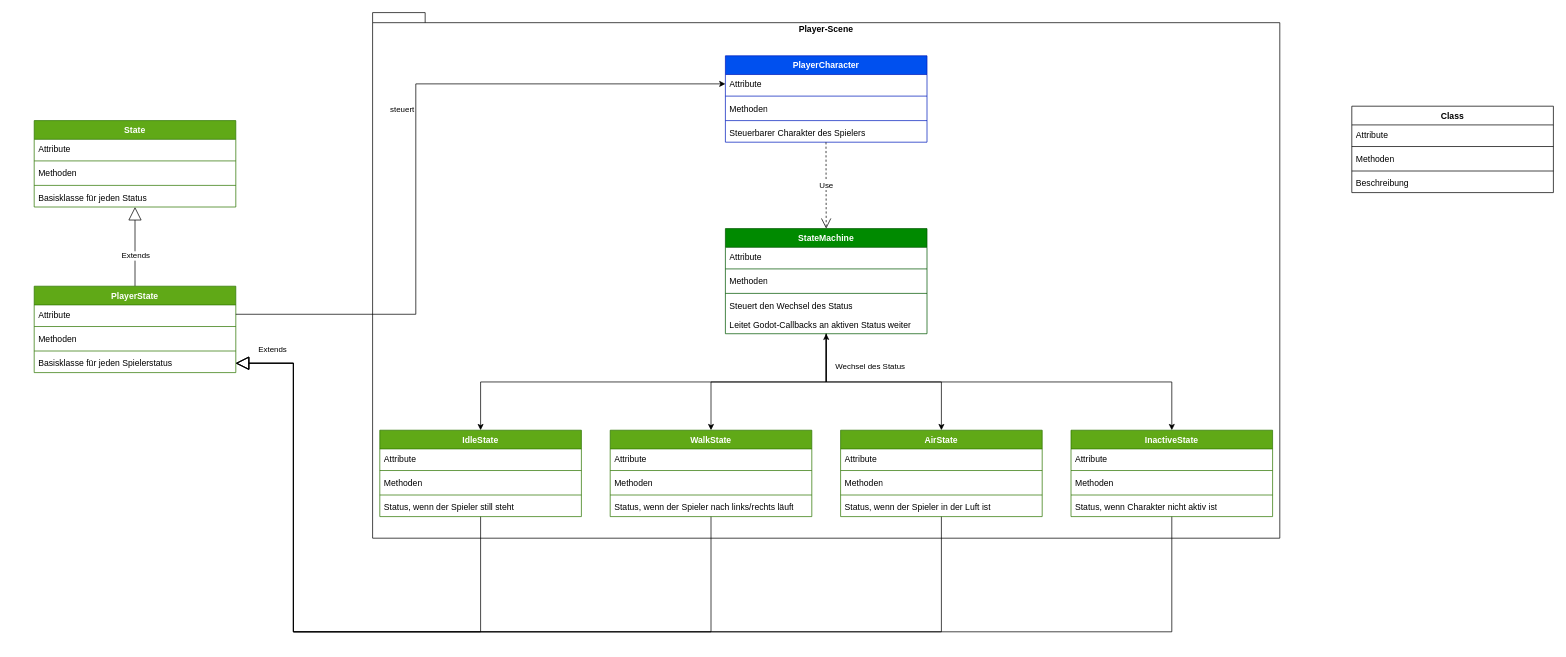
Earlier version of the draw.io diagram diagrams/Klassendiagramm.drawio (JavaRacing1/BA-INT-Coop-Game). Source tidied: cells renumbered, new cells numbered last; positions are measured from the earlier drawing's top-left corner, leaving out a move shared by most shapes. Both pictures are drawn from the tidied source at 72%, with x=0, y=0 at pixel (34, 12).
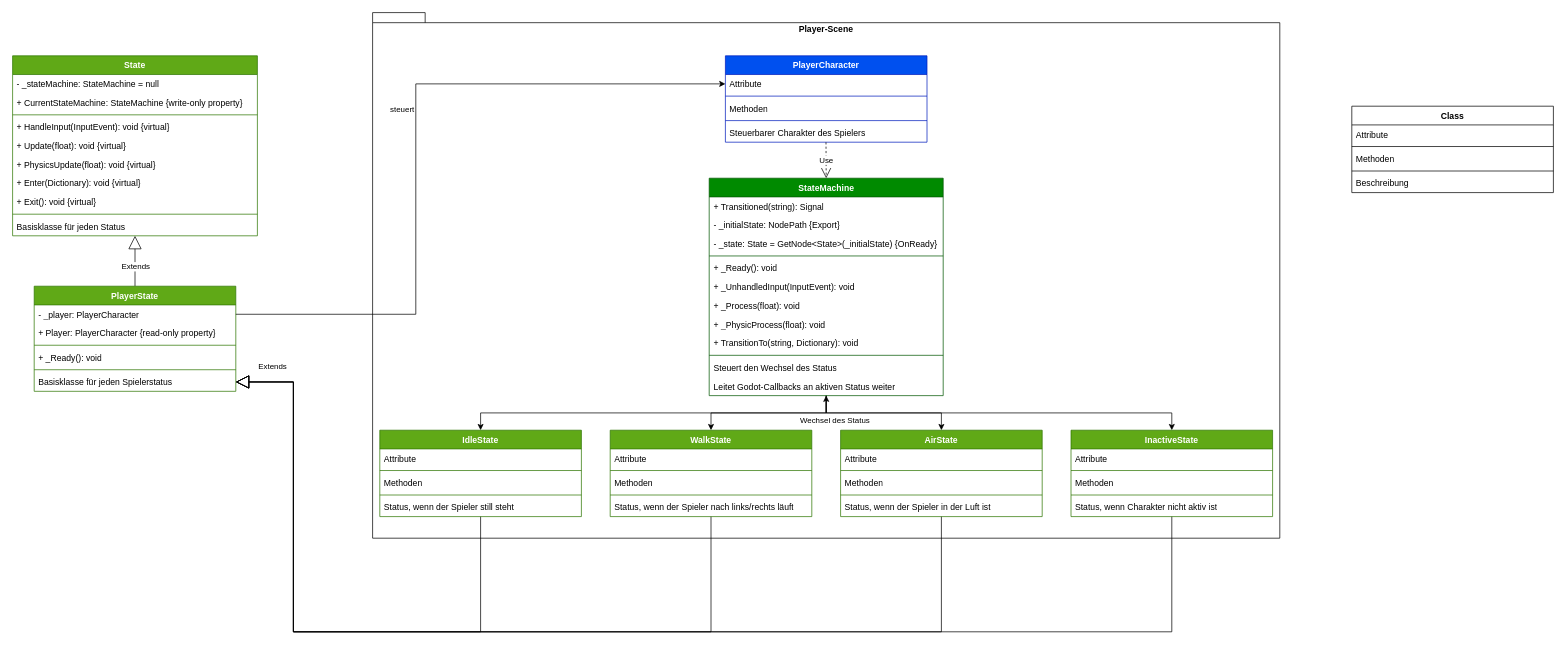
The same diagram, later.

Commit message:
Update class diagram

The change refers to these unchanged cells:
```xml
<mxCell id="18" style="edgeStyle=orthogonalEdgeStyle;rounded=0;jettySize=auto;html=1;exitX=0.5;exitY=1;exitDx=0;exitDy=0;entryX=0.5;entryY=0;entryDx=0;entryDy=0;" parent="1" edge="1" source="20" target="36">
  <mxGeometry relative="1" as="geometry" />
</mxCell>
<mxCell id="36" value="IdleState" style="swimlane;fontStyle=1;align=center;verticalAlign=top;horizontal=1;startSize=26;whiteSpace=wrap;html=1;fillColor=#60a917;fontColor=#ffffff;strokeColor=#2D7600;" parent="1" vertex="1">
  <mxGeometry x="480" y="580" width="280" height="120" as="geometry" />
</mxCell>
<mxCell id="49" value="WalkState" style="swimlane;fontStyle=1;align=center;verticalAlign=top;horizontal=1;startSize=26;whiteSpace=wrap;html=1;fillColor=#60a917;fontColor=#ffffff;strokeColor=#2D7600;" parent="1" vertex="1">
  <mxGeometry x="800" y="580" width="280" height="120" as="geometry" />
</mxCell>
<mxCell id="56" value="AirState" style="swimlane;fontStyle=1;align=center;verticalAlign=top;horizontal=1;startSize=26;whiteSpace=wrap;html=1;fillColor=#60a917;fontColor=#ffffff;strokeColor=#2D7600;" parent="1" vertex="1">
  <mxGeometry x="1120" y="580" width="280" height="120" as="geometry" />
</mxCell>
<mxCell id="64" value="InactiveState" style="swimlane;fontStyle=1;align=center;verticalAlign=top;horizontal=1;startSize=26;whiteSpace=wrap;html=1;fillColor=#60a917;fontColor=#ffffff;strokeColor=#2D7600;" parent="1" vertex="1">
  <mxGeometry x="1440" y="580" width="280" height="120" as="geometry" />
</mxCell>
```

Change to the diagram source:
```diff
@@
     <mxCell id="19" value="Wechsel des Status" style="edgeLabel;html=1;align=center;verticalAlign=middle;" parent="18" vertex="1">
       <mxGeometry x="-0.89" relative="1" as="geometry">
-        <mxPoint x="60" y="10" as="offset" />
+        <mxPoint x="16" y="10" as="offset" />
       </mxGeometry>
     </mxCell>
     <mxCell id="20" value="StateMachine" style="swimlane;fontStyle=1;align=center;verticalAlign=top;horizontal=1;startSize=26;whiteSpace=wrap;html=1;fillColor=#008a00;fontColor=#ffffff;strokeColor=#005700;" parent="1" vertex="1">
-      <mxGeometry x="960" y="300" width="280" height="146" as="geometry" />
+      <mxGeometry x="937.5" y="230" width="325" height="302" as="geometry" />
     </mxCell>
-    <mxCell id="21" value="Attribute" style="text;strokeColor=none;fillColor=none;align=left;verticalAlign=top;spacingLeft=4;spacingRight=4;overflow=hidden;whiteSpace=wrap;html=1;" parent="20" vertex="1">
-      <mxGeometry y="26" width="280" height="26" as="geometry" />
+    <mxCell id="21" value="+ Transitioned(string): Signal" style="text;strokeColor=none;fillColor=none;align=left;verticalAlign=top;spacingLeft=4;spacingRight=4;overflow=hidden;whiteSpace=wrap;html=1;" parent="20" vertex="1">
+      <mxGeometry y="26" width="325" height="26" as="geometry" />
     </mxCell>
+    <mxCell id="73" value="- _initialState: NodePath {Export}" style="text;strokeColor=none;fillColor=none;align=left;verticalAlign=top;spacingLeft=4;spacingRight=4;overflow=hidden;whiteSpace=wrap;html=1;" parent="20" vertex="1">
+      <mxGeometry y="52" width="325" height="26" as="geometry" />
+    </mxCell>
+    <mxCell id="74" value="- _state: State = GetNode&amp;lt;State&amp;gt;(_initialState) {OnReady}" style="text;strokeColor=none;fillColor=none;align=left;verticalAlign=top;spacingLeft=4;spacingRight=4;overflow=hidden;whiteSpace=wrap;html=1;" parent="20" vertex="1">
+      <mxGeometry y="78" width="325" height="26" as="geometry" />
+    </mxCell>
     <mxCell id="22" style="line;strokeWidth=1;fillColor=none;align=left;verticalAlign=middle;spacingTop=-1;spacingLeft=3;spacingRight=3;labelPosition=right;strokeColor=inherit;" parent="20" vertex="1">
-      <mxGeometry y="52" width="280" height="8" as="geometry" />
+      <mxGeometry y="104" width="325" height="8" as="geometry" />
     </mxCell>
-    <mxCell id="23" value="Methoden" style="text;strokeColor=none;fillColor=none;align=left;verticalAlign=top;spacingLeft=4;spacingRight=4;overflow=hidden;whiteSpace=wrap;html=1;" parent="20" vertex="1">
-      <mxGeometry y="60" width="280" height="26" as="geometry" />
+    <mxCell id="23" value="+ _Ready(): void" style="text;strokeColor=none;fillColor=none;align=left;verticalAlign=top;spacingLeft=4;spacingRight=4;overflow=hidden;whiteSpace=wrap;html=1;" parent="20" vertex="1">
+      <mxGeometry y="112" width="325" height="26" as="geometry" />
     </mxCell>
+    <mxCell id="75" value="+ _UnhandledInput(InputEvent): void" style="text;strokeColor=none;fillColor=none;align=left;verticalAlign=top;spacingLeft=4;spacingRight=4;overflow=hidden;whiteSpace=wrap;html=1;" parent="20" vertex="1">
+      <mxGeometry y="138" width="325" height="26" as="geometry" />
+    </mxCell>
+    <mxCell id="76" value="+ _Process(float): void" style="text;strokeColor=none;fillColor=none;align=left;verticalAlign=top;spacingLeft=4;spacingRight=4;overflow=hidden;whiteSpace=wrap;html=1;" parent="20" vertex="1">
+      <mxGeometry y="164" width="325" height="26" as="geometry" />
+    </mxCell>
+    <mxCell id="77" value="+ _PhysicProcess(float): void" style="text;strokeColor=none;fillColor=none;align=left;verticalAlign=top;spacingLeft=4;spacingRight=4;overflow=hidden;whiteSpace=wrap;html=1;" parent="20" vertex="1">
+      <mxGeometry y="190" width="325" height="26" as="geometry" />
+    </mxCell>
+    <mxCell id="78" value="+ TransitionTo(string, Dictionary): void" style="text;strokeColor=none;fillColor=none;align=left;verticalAlign=top;spacingLeft=4;spacingRight=4;overflow=hidden;whiteSpace=wrap;html=1;" parent="20" vertex="1">
+      <mxGeometry y="216" width="325" height="26" as="geometry" />
+    </mxCell>
     <mxCell id="24" style="line;strokeWidth=1;fillColor=none;align=left;verticalAlign=middle;spacingTop=-1;spacingLeft=3;spacingRight=3;labelPosition=right;strokeColor=inherit;" parent="20" vertex="1">
-      <mxGeometry y="86" width="280" height="8" as="geometry" />
+      <mxGeometry y="242" width="325" height="8" as="geometry" />
     </mxCell>
     <mxCell id="25" value="Steuert den Wechsel des Status" style="text;strokeColor=none;fillColor=none;align=left;verticalAlign=top;spacingLeft=4;spacingRight=4;overflow=hidden;whiteSpace=wrap;html=1;" parent="20" vertex="1">
-      <mxGeometry y="94" width="280" height="26" as="geometry" />
+      <mxGeometry y="250" width="325" height="26" as="geometry" />
     </mxCell>
     <mxCell id="26" value="Leitet Godot-Callbacks an aktiven Status weiter" style="text;strokeColor=none;fillColor=none;align=left;verticalAlign=top;spacingLeft=4;spacingRight=4;overflow=hidden;whiteSpace=wrap;html=1;" parent="20" vertex="1">
-      <mxGeometry y="120" width="280" height="26" as="geometry" />
+      <mxGeometry y="276" width="325" height="26" as="geometry" />
     </mxCell>
@@
     <mxCell id="29" value="State" style="swimlane;fontStyle=1;align=center;verticalAlign=top;horizontal=1;startSize=26;whiteSpace=wrap;html=1;fillColor=#60a917;fontColor=#ffffff;strokeColor=#2D7600;" parent="1" vertex="1">
-      <mxGeometry y="150" width="280" height="120" as="geometry" />
+      <mxGeometry x="-30" y="60" width="340" height="250" as="geometry" />
     </mxCell>
-    <mxCell id="30" value="Attribute" style="text;strokeColor=none;fillColor=none;align=left;verticalAlign=top;spacingLeft=4;spacingRight=4;overflow=hidden;whiteSpace=wrap;html=1;" parent="29" vertex="1">
-      <mxGeometry y="26" width="280" height="26" as="geometry" />
+    <mxCell id="30" value="- _stateMachine: StateMachine = null" style="text;strokeColor=none;fillColor=none;align=left;verticalAlign=top;spacingLeft=4;spacingRight=4;overflow=hidden;whiteSpace=wrap;html=1;" parent="29" vertex="1">
+      <mxGeometry y="26" width="340" height="26" as="geometry" />
     </mxCell>
+    <mxCell id="79" value="+ CurrentStateMachine: StateMachine {write-only property}" style="text;strokeColor=none;fillColor=none;align=left;verticalAlign=top;spacingLeft=4;spacingRight=4;overflow=hidden;whiteSpace=wrap;html=1;" parent="29" vertex="1">
+      <mxGeometry y="52" width="340" height="26" as="geometry" />
+    </mxCell>
     <mxCell id="31" style="line;strokeWidth=1;fillColor=none;align=left;verticalAlign=middle;spacingTop=-1;spacingLeft=3;spacingRight=3;labelPosition=right;strokeColor=inherit;" parent="29" vertex="1">
-      <mxGeometry y="52" width="280" height="8" as="geometry" />
+      <mxGeometry y="78" width="340" height="8" as="geometry" />
     </mxCell>
-    <mxCell id="32" value="Methoden" style="text;strokeColor=none;fillColor=none;align=left;verticalAlign=top;spacingLeft=4;spacingRight=4;overflow=hidden;whiteSpace=wrap;html=1;" parent="29" vertex="1">
-      <mxGeometry y="60" width="280" height="26" as="geometry" />
+    <mxCell id="32" value="+ HandleInput(InputEvent): void {virtual}" style="text;strokeColor=none;fillColor=none;align=left;verticalAlign=top;spacingLeft=4;spacingRight=4;overflow=hidden;whiteSpace=wrap;html=1;" parent="29" vertex="1">
+      <mxGeometry y="86" width="340" height="26" as="geometry" />
     </mxCell>
+    <mxCell id="80" value="+ Update(float): void {virtual}" style="text;strokeColor=none;fillColor=none;align=left;verticalAlign=top;spacingLeft=4;spacingRight=4;overflow=hidden;whiteSpace=wrap;html=1;" parent="29" vertex="1">
+      <mxGeometry y="112" width="340" height="26" as="geometry" />
+    </mxCell>
+    <mxCell id="81" value="+ PhysicsUpdate(float): void {virtual}" style="text;strokeColor=none;fillColor=none;align=left;verticalAlign=top;spacingLeft=4;spacingRight=4;overflow=hidden;whiteSpace=wrap;html=1;" parent="29" vertex="1">
+      <mxGeometry y="138" width="340" height="26" as="geometry" />
+    </mxCell>
+    <mxCell id="82" value="+ Enter(Dictionary): void {virtual}" style="text;strokeColor=none;fillColor=none;align=left;verticalAlign=top;spacingLeft=4;spacingRight=4;overflow=hidden;whiteSpace=wrap;html=1;" parent="29" vertex="1">
+      <mxGeometry y="164" width="340" height="26" as="geometry" />
+    </mxCell>
+    <mxCell id="83" value="+ Exit(): void {virtual}" style="text;strokeColor=none;fillColor=none;align=left;verticalAlign=top;spacingLeft=4;spacingRight=4;overflow=hidden;whiteSpace=wrap;html=1;" parent="29" vertex="1">
+      <mxGeometry y="190" width="340" height="26" as="geometry" />
+    </mxCell>
     <mxCell id="33" style="line;strokeWidth=1;fillColor=none;align=left;verticalAlign=middle;spacingTop=-1;spacingLeft=3;spacingRight=3;labelPosition=right;strokeColor=inherit;" parent="29" vertex="1">
-      <mxGeometry y="86" width="280" height="8" as="geometry" />
+      <mxGeometry y="216" width="340" height="8" as="geometry" />
     </mxCell>
     <mxCell id="34" value="Basisklasse für jeden Status" style="text;strokeColor=none;fillColor=none;align=left;verticalAlign=top;spacingLeft=4;spacingRight=4;overflow=hidden;whiteSpace=wrap;html=1;" parent="29" vertex="1">
-      <mxGeometry y="94" width="280" height="26" as="geometry" />
+      <mxGeometry y="224" width="340" height="26" as="geometry" />
     </mxCell>
     <mxCell id="35" style="edgeStyle=orthogonalEdgeStyle;rounded=0;jettySize=auto;html=1;exitX=0.5;exitY=1;exitDx=0;exitDy=0;entryX=1;entryY=0.5;entryDx=0;entryDy=0;endArrow=block;endFill=0;endSize=16;" parent="1" edge="1" source="36" target="47">
       <mxGeometry relative="1" as="geometry">
         <Array as="points">
           <mxPoint x="620" y="860" />
           <mxPoint x="360" y="860" />
-          <mxPoint x="360" y="487" />
+          <mxPoint x="360" y="513" />
         </Array>
       </mxGeometry>
     </mxCell>
@@
     <mxCell id="42" value="PlayerState" style="swimlane;fontStyle=1;align=center;verticalAlign=top;horizontal=1;startSize=26;whiteSpace=wrap;html=1;fillColor=#60a917;fontColor=#ffffff;strokeColor=#2D7600;" parent="1" vertex="1">
-      <mxGeometry y="380" width="280" height="120" as="geometry" />
+      <mxGeometry y="380" width="280" height="146" as="geometry" />
     </mxCell>
-    <mxCell id="43" value="Attribute" style="text;strokeColor=none;fillColor=none;align=left;verticalAlign=top;spacingLeft=4;spacingRight=4;overflow=hidden;points=[[0,0.5],[1,0.5]];portConstraint=eastwest;whiteSpace=wrap;html=1;" parent="42" vertex="1">
+    <mxCell id="43" value="- _player: PlayerCharacter" style="text;strokeColor=none;fillColor=none;align=left;verticalAlign=top;spacingLeft=4;spacingRight=4;overflow=hidden;points=[[0,0.5],[1,0.5]];portConstraint=eastwest;whiteSpace=wrap;html=1;" parent="42" vertex="1">
       <mxGeometry y="26" width="280" height="26" as="geometry" />
     </mxCell>
+    <mxCell id="84" value="+ Player: PlayerCharacter {read-only property}" style="text;strokeColor=none;fillColor=none;align=left;verticalAlign=top;spacingLeft=4;spacingRight=4;overflow=hidden;whiteSpace=wrap;html=1;" parent="42" vertex="1">
+      <mxGeometry y="52" width="280" height="26" as="geometry" />
+    </mxCell>
     <mxCell id="44" style="line;strokeWidth=1;fillColor=none;align=left;verticalAlign=middle;spacingTop=-1;spacingLeft=3;spacingRight=3;labelPosition=right;strokeColor=inherit;" parent="42" vertex="1">
-      <mxGeometry y="52" width="280" height="8" as="geometry" />
+      <mxGeometry y="78" width="280" height="8" as="geometry" />
     </mxCell>
-    <mxCell id="45" value="Methoden" style="text;strokeColor=none;fillColor=none;align=left;verticalAlign=top;spacingLeft=4;spacingRight=4;overflow=hidden;whiteSpace=wrap;html=1;" parent="42" vertex="1">
-      <mxGeometry y="60" width="280" height="26" as="geometry" />
+    <mxCell id="45" value="+ _Ready(): void" style="text;strokeColor=none;fillColor=none;align=left;verticalAlign=top;spacingLeft=4;spacingRight=4;overflow=hidden;whiteSpace=wrap;html=1;" parent="42" vertex="1">
+      <mxGeometry y="86" width="280" height="26" as="geometry" />
     </mxCell>
     <mxCell id="46" style="line;strokeWidth=1;fillColor=none;align=left;verticalAlign=middle;spacingTop=-1;spacingLeft=3;spacingRight=3;labelPosition=right;strokeColor=inherit;" parent="42" vertex="1">
-      <mxGeometry y="86" width="280" height="8" as="geometry" />
+      <mxGeometry y="112" width="280" height="8" as="geometry" />
     </mxCell>
     <mxCell id="47" value="Basisklasse für jeden Spielerstatus" style="text;strokeColor=none;fillColor=none;align=left;verticalAlign=top;spacingLeft=4;spacingRight=4;overflow=hidden;points=[[0,0.5],[1,0.5]];portConstraint=eastwest;whiteSpace=wrap;html=1;" parent="42" vertex="1">
-      <mxGeometry y="94" width="280" height="26" as="geometry" />
+      <mxGeometry y="120" width="280" height="26" as="geometry" />
     </mxCell>
     <mxCell id="48" style="edgeStyle=orthogonalEdgeStyle;rounded=0;jettySize=auto;html=1;exitX=0.5;exitY=1;exitDx=0;exitDy=0;entryX=1;entryY=0.5;entryDx=0;entryDy=0;endArrow=block;endFill=0;endSize=16;" parent="1" edge="1" source="49" target="47">
       <mxGeometry relative="1" as="geometry">
         <Array as="points">
           <mxPoint x="940" y="860" />
           <mxPoint x="360" y="860" />
-          <mxPoint x="360" y="487" />
+          <mxPoint x="360" y="513" />
         </Array>
       </mxGeometry>
     </mxCell>
@@
     <mxCell id="55" style="edgeStyle=orthogonalEdgeStyle;rounded=0;jettySize=auto;html=1;exitX=0.5;exitY=1;exitDx=0;exitDy=0;entryX=1;entryY=0.5;entryDx=0;entryDy=0;endArrow=block;endFill=0;endSize=16;" parent="1" edge="1" source="56" target="47">
       <mxGeometry relative="1" as="geometry">
         <Array as="points">
           <mxPoint x="1260" y="860" />
           <mxPoint x="360" y="860" />
-          <mxPoint x="360" y="487" />
+          <mxPoint x="360" y="513" />
         </Array>
       </mxGeometry>
     </mxCell>
@@
     <mxCell id="62" style="edgeStyle=orthogonalEdgeStyle;rounded=0;jettySize=auto;html=1;exitX=0.5;exitY=1;exitDx=0;exitDy=0;entryX=1;entryY=0.5;entryDx=0;entryDy=0;endArrow=block;endFill=0;endSize=16;" parent="1" edge="1" source="64" target="47">
       <mxGeometry relative="1" as="geometry">
         <Array as="points">
           <mxPoint x="1580" y="860" />
           <mxPoint x="360" y="860" />
-          <mxPoint x="360" y="487" />
+          <mxPoint x="360" y="513" />
         </Array>
       </mxGeometry>
     </mxCell>
```
